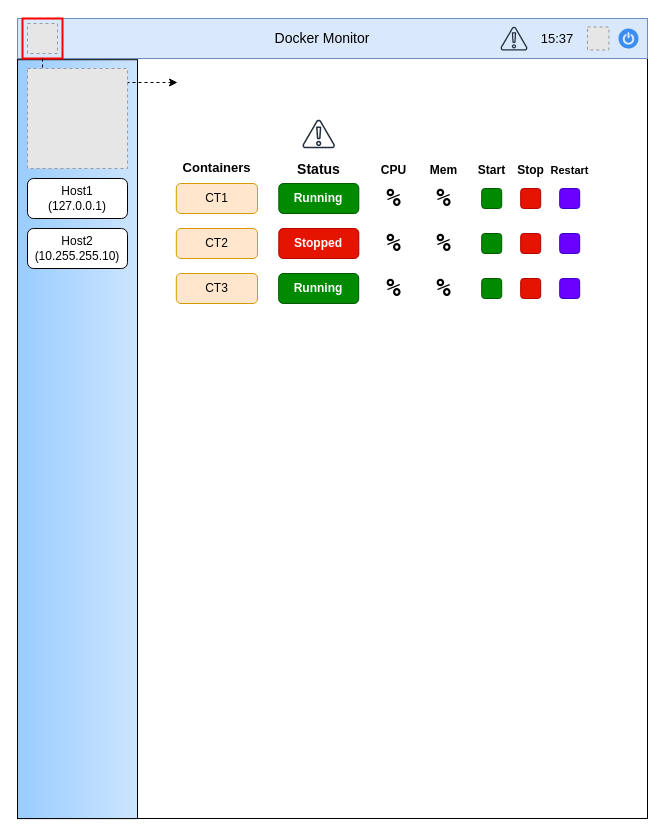
Above: docs/frontend.drawio in mrmysko/itinf23-scrumprojekt-lime-koala (draw.io), before the change. Source tidied: cells renumbered, new cells numbered last; positions are measured from the earlier drawing's top-left corner, leaving out a move shared by most shapes. Both pictures are drawn from the tidied source at 100%, with x=0, y=0 at pixel (17, 18). Pictures stored in the file or linked from it are replaced by grey dashed boxes.
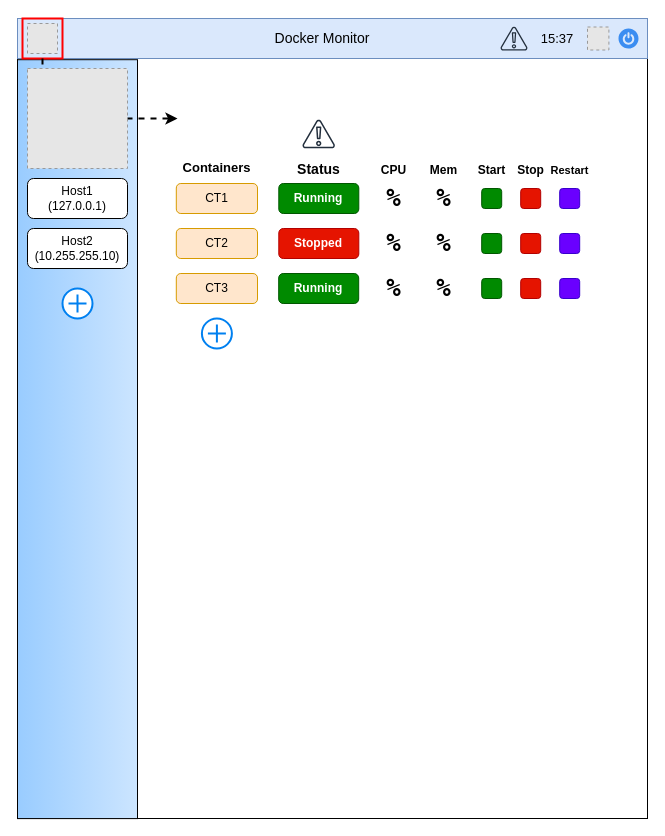
The same page after the edit.

Commit message (it also covers changes not shown here):
docs: add "add" button to frontend

The change refers to these unchanged cells:
```xml
<mxCell id="38" style="rounded=0;whiteSpace=wrap;html=1;fillColor=none;strokeColor=#FF0000;gradientColor=none;strokeWidth=2;" parent="1" vertex="1">
  <mxGeometry x="5" width="40" height="40" as="geometry" />
</mxCell>
```

The edit, as a diff of the source:
```diff
@@
-    <mxCell id="41" style="endArrow=classic;html=1;rounded=0;exitX=0.5;exitY=1;exitDx=0;exitDy=0;dashed=1;" parent="1" edge="1" source="38">
+    <mxCell id="41" style="endArrow=classic;html=1;rounded=0;exitX=0.5;exitY=1;exitDx=0;exitDy=0;dashed=1;strokeWidth=2;" parent="1" edge="1" source="38">
       <mxGeometry relative="1" as="geometry">
-        <mxPoint x="160" y="64" as="targetPoint" />
+        <mxPoint x="160" y="100" as="targetPoint" />
         <Array as="points">
-          <mxPoint x="25" y="64" />
+          <mxPoint x="25" y="100" />
         </Array>
       </mxGeometry>
     </mxCell>
@@
+    <mxCell id="45" style="html=1;verticalLabelPosition=bottom;align=center;labelBackgroundColor=#ffffff;verticalAlign=top;strokeWidth=2;strokeColor=#0080F0;shadow=0;dashed=0;shape=mxgraph.ios7.icons.add;" parent="1" vertex="1">
+      <mxGeometry x="184.4" y="300" width="30" height="30" as="geometry" />
+    </mxCell>
+    <mxCell id="46" style="html=1;verticalLabelPosition=bottom;align=center;labelBackgroundColor=#ffffff;verticalAlign=top;strokeWidth=2;strokeColor=#0080F0;shadow=0;dashed=0;shape=mxgraph.ios7.icons.add;" parent="1" vertex="1">
+      <mxGeometry x="45" y="270" width="30" height="30" as="geometry" />
+    </mxCell>
```
